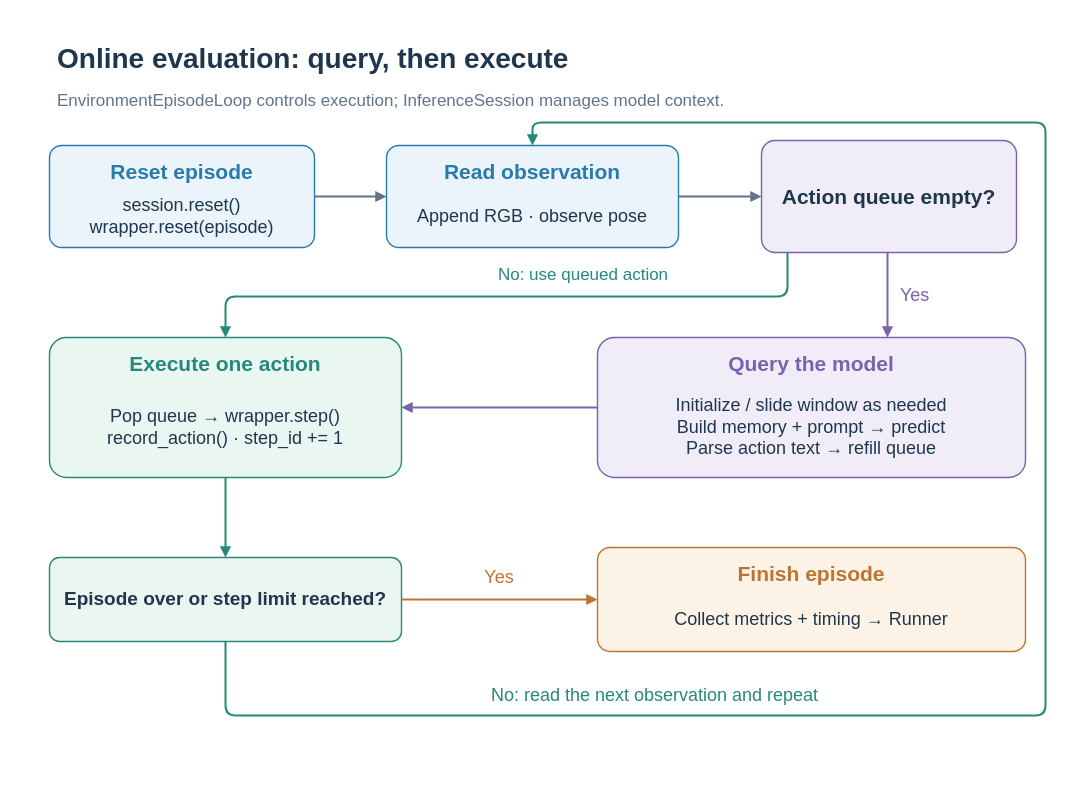
The draw.io diagram docs/assets/workflows/episode-loop.en-US.drawio in Eku127/SwiftVLN, before the edit. Source tidied: cells renumbered, new cells numbered last; positions are measured from the earlier drawing's top-left corner, leaving out a move shared by most shapes. Both pictures are drawn from the tidied source at 100%, with x=0, y=0 at pixel (17, 17).
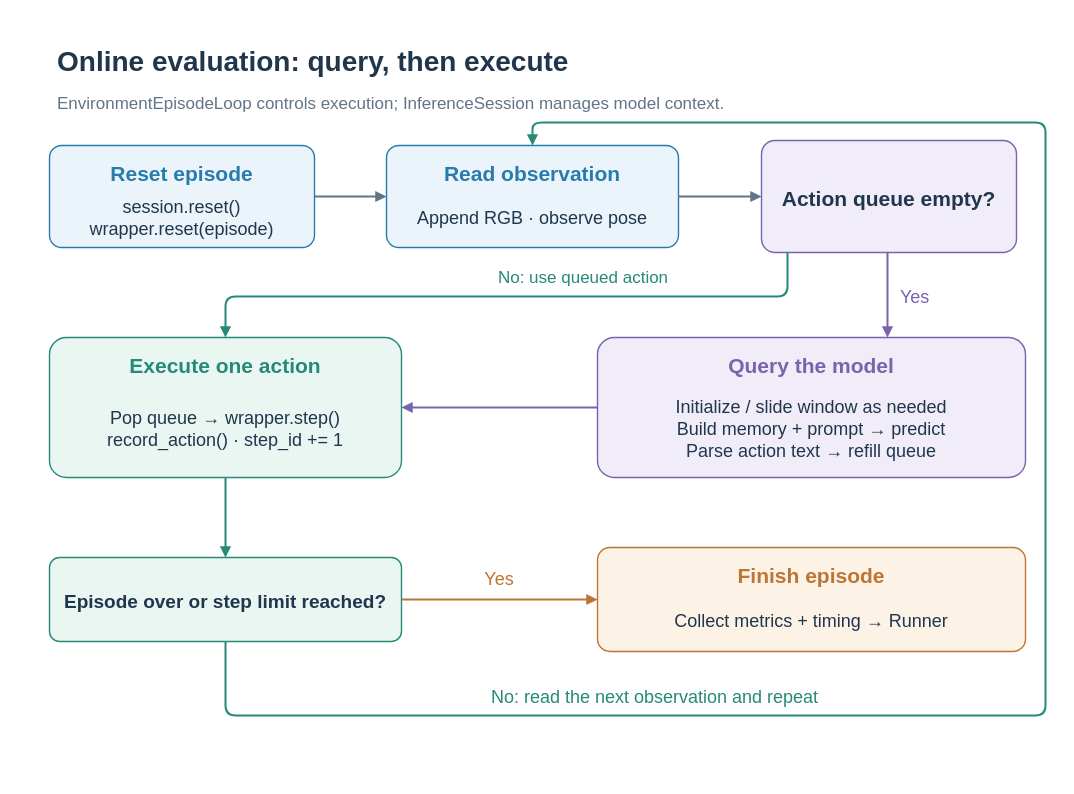
After the change.

Diff of the diagram source:
```diff
@@
-    <mxCell id="2" style="rounded=0;arcSize=12;whiteSpace=wrap;html=0;fillColor=#FFFFFF;strokeColor=none;strokeWidth=1.4;fontColor=#20364C;fontFamily=Arial;fontSize=19;fontStyle=0;align=center;verticalAlign=middle;spacing=8;" parent="1" vertex="1">
+    <mxCell id="2" style="rounded=0;arcSize=12;whiteSpace=nowrap;html=0;fillColor=#FFFFFF;strokeColor=none;strokeWidth=1.4;fontColor=#20364C;fontFamily=Arial;fontSize=19;fontStyle=0;align=center;verticalAlign=middle;spacing=8;" parent="1" vertex="1">
       <mxGeometry width="1040" height="760" as="geometry" />
     </mxCell>
-    <mxCell id="3" value="Online evaluation: query, then execute" style="rounded=0;arcSize=12;whiteSpace=wrap;html=0;fillColor=none;strokeColor=none;strokeWidth=1.4;fontColor=#20364C;fontFamily=Arial;fontSize=28;fontStyle=1;align=left;verticalAlign=middle;spacing=8;" parent="1" vertex="1">
+    <mxCell id="3" value="Online evaluation: query, then execute" style="rounded=0;arcSize=12;whiteSpace=nowrap;html=0;fillColor=none;strokeColor=none;strokeWidth=1.4;fontColor=#20364C;fontFamily=Arial;fontSize=28;fontStyle=1;align=left;verticalAlign=middle;spacing=8;" parent="1" vertex="1">
       <mxGeometry x="32" y="22" width="970" height="38" as="geometry" />
     </mxCell>
-    <mxCell id="4" value="EnvironmentEpisodeLoop controls execution; InferenceSession manages model context." style="rounded=0;arcSize=12;whiteSpace=wrap;html=0;fillColor=none;strokeColor=none;strokeWidth=1.4;fontColor=#627487;fontFamily=Arial;fontSize=17;fontStyle=0;align=left;verticalAlign=middle;spacing=8;" parent="1" vertex="1">
+    <mxCell id="4" value="EnvironmentEpisodeLoop controls execution; InferenceSession manages model context." style="rounded=0;arcSize=12;whiteSpace=nowrap;html=0;fillColor=none;strokeColor=none;strokeWidth=1.4;fontColor=#627487;fontFamily=Arial;fontSize=17;fontStyle=0;align=left;verticalAlign=middle;spacing=8;" parent="1" vertex="1">
       <mxGeometry x="32" y="67" width="970" height="34" as="geometry" />
     </mxCell>
-    <mxCell id="5" style="rounded=1;arcSize=12;whiteSpace=wrap;html=0;fillColor=#EBF4FA;strokeColor=#287BAD;strokeWidth=1.4;fontColor=#20364C;fontFamily=Arial;fontSize=19;fontStyle=0;align=center;verticalAlign=middle;spacing=8;" parent="1" vertex="1">
+    <mxCell id="5" style="rounded=1;arcSize=12;whiteSpace=nowrap;html=0;fillColor=#EBF4FA;strokeColor=#287BAD;strokeWidth=1.4;fontColor=#20364C;fontFamily=Arial;fontSize=19;fontStyle=0;align=center;verticalAlign=middle;spacing=8;" parent="1" vertex="1">
       <mxGeometry x="32" y="128" width="265" height="102" as="geometry" />
     </mxCell>
-    <mxCell id="6" value="Reset episode" style="rounded=0;arcSize=12;whiteSpace=wrap;html=0;fillColor=none;strokeColor=none;strokeWidth=1.4;fontColor=#287BAD;fontFamily=Arial;fontSize=21;fontStyle=1;align=center;verticalAlign=middle;spacing=8;" parent="1" vertex="1">
+    <mxCell id="6" value="Reset episode" style="rounded=0;arcSize=12;whiteSpace=nowrap;html=0;fillColor=none;strokeColor=none;strokeWidth=1.4;fontColor=#287BAD;fontFamily=Arial;fontSize=21;fontStyle=1;align=center;verticalAlign=middle;spacing=8;" parent="1" vertex="1">
       <mxGeometry x="42" y="138" width="245" height="32" as="geometry" />
     </mxCell>
-    <mxCell id="7" value="session.reset()&#10;wrapper.reset(episode)" style="rounded=0;arcSize=12;whiteSpace=wrap;html=0;fillColor=none;strokeColor=none;strokeWidth=1.4;fontColor=#20364C;fontFamily=Arial;fontSize=18;fontStyle=0;align=center;verticalAlign=middle;spacing=8;" parent="1" vertex="1">
+    <mxCell id="7" value="session.reset()&#10;wrapper.reset(episode)" style="rounded=0;arcSize=12;whiteSpace=nowrap;html=0;fillColor=none;strokeColor=none;strokeWidth=1.4;fontColor=#20364C;fontFamily=Arial;fontSize=18;fontStyle=0;align=center;verticalAlign=middle;spacing=8;" parent="1" vertex="1">
       <mxGeometry x="42" y="174" width="245" height="50" as="geometry" />
     </mxCell>
-    <mxCell id="8" style="rounded=1;arcSize=12;whiteSpace=wrap;html=0;fillColor=#EBF4FA;strokeColor=#287BAD;strokeWidth=1.4;fontColor=#20364C;fontFamily=Arial;fontSize=19;fontStyle=0;align=center;verticalAlign=middle;spacing=8;" parent="1" vertex="1">
+    <mxCell id="8" style="rounded=1;arcSize=12;whiteSpace=nowrap;html=0;fillColor=#EBF4FA;strokeColor=#287BAD;strokeWidth=1.4;fontColor=#20364C;fontFamily=Arial;fontSize=19;fontStyle=0;align=center;verticalAlign=middle;spacing=8;" parent="1" vertex="1">
       <mxGeometry x="369" y="128" width="292" height="102" as="geometry" />
     </mxCell>
-    <mxCell id="9" value="Read observation" style="rounded=0;arcSize=12;whiteSpace=wrap;html=0;fillColor=none;strokeColor=none;strokeWidth=1.4;fontColor=#287BAD;fontFamily=Arial;fontSize=21;fontStyle=1;align=center;verticalAlign=middle;spacing=8;" parent="1" vertex="1">
+    <mxCell id="9" value="Read observation" style="rounded=0;arcSize=12;whiteSpace=nowrap;html=0;fillColor=none;strokeColor=none;strokeWidth=1.4;fontColor=#287BAD;fontFamily=Arial;fontSize=21;fontStyle=1;align=center;verticalAlign=middle;spacing=8;" parent="1" vertex="1">
       <mxGeometry x="379" y="138" width="272" height="32" as="geometry" />
     </mxCell>
-    <mxCell id="10" value="Append RGB · observe pose" style="rounded=0;arcSize=12;whiteSpace=wrap;html=0;fillColor=none;strokeColor=none;strokeWidth=1.4;fontColor=#20364C;fontFamily=Arial;fontSize=18;fontStyle=0;align=center;verticalAlign=middle;spacing=8;" parent="1" vertex="1">
+    <mxCell id="10" value="Append RGB · observe pose" style="rounded=0;arcSize=12;whiteSpace=nowrap;html=0;fillColor=none;strokeColor=none;strokeWidth=1.4;fontColor=#20364C;fontFamily=Arial;fontSize=18;fontStyle=0;align=center;verticalAlign=middle;spacing=8;" parent="1" vertex="1">
       <mxGeometry x="379" y="174" width="272" height="50" as="geometry" />
     </mxCell>
@@
-    <mxCell id="12" value="Action queue empty?" style="rounded=1;arcSize=12;whiteSpace=wrap;html=0;fillColor=#F1EDF8;strokeColor=#7963AC;strokeWidth=1.4;fontColor=#20364C;fontFamily=Arial;fontSize=21;fontStyle=1;align=center;verticalAlign=middle;spacing=8;" parent="1" vertex="1">
+    <mxCell id="12" value="Action queue empty?" style="rounded=1;arcSize=12;whiteSpace=nowrap;html=0;fillColor=#F1EDF8;strokeColor=#7963AC;strokeWidth=1.4;fontColor=#20364C;fontFamily=Arial;fontSize=21;fontStyle=1;align=center;verticalAlign=middle;spacing=8;" parent="1" vertex="1">
       <mxGeometry x="744" y="123" width="255" height="112" as="geometry" />
     </mxCell>
@@
-    <mxCell id="14" style="rounded=1;arcSize=12;whiteSpace=wrap;html=0;fillColor=#F1EDF8;strokeColor=#7963AC;strokeWidth=1.4;fontColor=#20364C;fontFamily=Arial;fontSize=19;fontStyle=0;align=center;verticalAlign=middle;spacing=8;" parent="1" vertex="1">
+    <mxCell id="14" style="rounded=1;arcSize=12;whiteSpace=nowrap;html=0;fillColor=#F1EDF8;strokeColor=#7963AC;strokeWidth=1.4;fontColor=#20364C;fontFamily=Arial;fontSize=19;fontStyle=0;align=center;verticalAlign=middle;spacing=8;" parent="1" vertex="1">
       <mxGeometry x="580" y="320" width="428" height="140" as="geometry" />
     </mxCell>
-    <mxCell id="15" value="Query the model" style="rounded=0;arcSize=12;whiteSpace=wrap;html=0;fillColor=none;strokeColor=none;strokeWidth=1.4;fontColor=#7963AC;fontFamily=Arial;fontSize=21;fontStyle=1;align=center;verticalAlign=middle;spacing=8;" parent="1" vertex="1">
+    <mxCell id="15" value="Query the model" style="rounded=0;arcSize=12;whiteSpace=nowrap;html=0;fillColor=none;strokeColor=none;strokeWidth=1.4;fontColor=#7963AC;fontFamily=Arial;fontSize=21;fontStyle=1;align=center;verticalAlign=middle;spacing=8;" parent="1" vertex="1">
       <mxGeometry x="590" y="330" width="408" height="32" as="geometry" />
     </mxCell>
-    <mxCell id="16" value="Initialize / slide window as needed&#10;Build memory + prompt → predict&#10;Parse action text → refill queue" style="rounded=0;arcSize=12;whiteSpace=wrap;html=0;fillColor=none;strokeColor=none;strokeWidth=1.4;fontColor=#20364C;fontFamily=Arial;fontSize=18;fontStyle=0;align=center;verticalAlign=middle;spacing=8;" parent="1" vertex="1">
+    <mxCell id="16" value="Initialize / slide window as needed&#10;Build memory + prompt → predict&#10;Parse action text → refill queue" style="rounded=0;arcSize=12;whiteSpace=nowrap;html=0;fillColor=none;strokeColor=none;strokeWidth=1.4;fontColor=#20364C;fontFamily=Arial;fontSize=18;fontStyle=0;align=center;verticalAlign=middle;spacing=8;" parent="1" vertex="1">
       <mxGeometry x="590" y="366" width="408" height="88" as="geometry" />
     </mxCell>
@@
-    <mxCell id="18" value="Yes" style="rounded=0;arcSize=12;whiteSpace=wrap;html=0;fillColor=none;strokeColor=none;strokeWidth=1.4;fontColor=#7963AC;fontFamily=Arial;fontSize=18;fontStyle=0;align=left;verticalAlign=middle;spacing=8;" parent="1" vertex="1">
+    <mxCell id="18" value="Yes" style="rounded=0;arcSize=12;whiteSpace=nowrap;html=0;fillColor=none;strokeColor=none;strokeWidth=1.4;fontColor=#7963AC;fontFamily=Arial;fontSize=18;fontStyle=0;align=left;verticalAlign=middle;spacing=8;" parent="1" vertex="1">
       <mxGeometry x="875" y="263" width="95" height="30" as="geometry" />
     </mxCell>
-    <mxCell id="19" style="rounded=1;arcSize=12;whiteSpace=wrap;html=0;fillColor=#EAF6F2;strokeColor=#268979;strokeWidth=1.4;fontColor=#20364C;fontFamily=Arial;fontSize=19;fontStyle=0;align=center;verticalAlign=middle;spacing=8;" parent="1" vertex="1">
+    <mxCell id="19" style="rounded=1;arcSize=12;whiteSpace=nowrap;html=0;fillColor=#EAF6F2;strokeColor=#268979;strokeWidth=1.4;fontColor=#20364C;fontFamily=Arial;fontSize=19;fontStyle=0;align=center;verticalAlign=middle;spacing=8;" parent="1" vertex="1">
       <mxGeometry x="32" y="320" width="352" height="140" as="geometry" />
     </mxCell>
-    <mxCell id="20" value="Execute one action" style="rounded=0;arcSize=12;whiteSpace=wrap;html=0;fillColor=none;strokeColor=none;strokeWidth=1.4;fontColor=#268979;fontFamily=Arial;fontSize=21;fontStyle=1;align=center;verticalAlign=middle;spacing=8;" parent="1" vertex="1">
+    <mxCell id="20" value="Execute one action" style="rounded=0;arcSize=12;whiteSpace=nowrap;html=0;fillColor=none;strokeColor=none;strokeWidth=1.4;fontColor=#268979;fontFamily=Arial;fontSize=21;fontStyle=1;align=center;verticalAlign=middle;spacing=8;" parent="1" vertex="1">
       <mxGeometry x="42" y="330" width="332" height="32" as="geometry" />
     </mxCell>
-    <mxCell id="21" value="Pop queue → wrapper.step()&#10;record_action() · step_id += 1" style="rounded=0;arcSize=12;whiteSpace=wrap;html=0;fillColor=none;strokeColor=none;strokeWidth=1.4;fontColor=#20364C;fontFamily=Arial;fontSize=18;fontStyle=0;align=center;verticalAlign=middle;spacing=8;" parent="1" vertex="1">
+    <mxCell id="21" value="Pop queue → wrapper.step()&#10;record_action() · step_id += 1" style="rounded=0;arcSize=12;whiteSpace=nowrap;html=0;fillColor=none;strokeColor=none;strokeWidth=1.4;fontColor=#20364C;fontFamily=Arial;fontSize=18;fontStyle=0;align=center;verticalAlign=middle;spacing=8;" parent="1" vertex="1">
       <mxGeometry x="42" y="366" width="332" height="88" as="geometry" />
     </mxCell>
@@
-    <mxCell id="24" value="No: use queued action" style="rounded=0;arcSize=12;whiteSpace=wrap;html=0;fillColor=none;strokeColor=none;strokeWidth=1.4;fontColor=#268979;fontFamily=Arial;fontSize=17;fontStyle=0;align=center;verticalAlign=middle;spacing=8;" parent="1" vertex="1">
+    <mxCell id="24" value="No: use queued action" style="rounded=0;arcSize=12;whiteSpace=nowrap;html=0;fillColor=none;strokeColor=none;strokeWidth=1.4;fontColor=#268979;fontFamily=Arial;fontSize=17;fontStyle=0;align=center;verticalAlign=middle;spacing=8;" parent="1" vertex="1">
       <mxGeometry x="421" y="243" width="290" height="30" as="geometry" />
     </mxCell>
-    <mxCell id="25" value="Episode over or step limit reached?" style="rounded=1;arcSize=12;whiteSpace=wrap;html=0;fillColor=#EAF6F2;strokeColor=#268979;strokeWidth=1.4;fontColor=#20364C;fontFamily=Arial;fontSize=19;fontStyle=1;align=center;verticalAlign=middle;spacing=8;" parent="1" vertex="1">
+    <mxCell id="25" value="Episode over or step limit reached?" style="rounded=1;arcSize=12;whiteSpace=nowrap;html=0;fillColor=#EAF6F2;strokeColor=#268979;strokeWidth=1.4;fontColor=#20364C;fontFamily=Arial;fontSize=19;fontStyle=1;align=center;verticalAlign=middle;spacing=8;" parent="1" vertex="1">
       <mxGeometry x="32" y="540" width="352" height="84" as="geometry" />
     </mxCell>
@@
-    <mxCell id="27" style="rounded=1;arcSize=12;whiteSpace=wrap;html=0;fillColor=#FCF2E6;strokeColor=#BE7534;strokeWidth=1.4;fontColor=#20364C;fontFamily=Arial;fontSize=19;fontStyle=0;align=center;verticalAlign=middle;spacing=8;" parent="1" vertex="1">
+    <mxCell id="27" style="rounded=1;arcSize=12;whiteSpace=nowrap;html=0;fillColor=#FCF2E6;strokeColor=#BE7534;strokeWidth=1.4;fontColor=#20364C;fontFamily=Arial;fontSize=19;fontStyle=0;align=center;verticalAlign=middle;spacing=8;" parent="1" vertex="1">
       <mxGeometry x="580" y="530" width="428" height="104" as="geometry" />
     </mxCell>
-    <mxCell id="28" value="Finish episode" style="rounded=0;arcSize=12;whiteSpace=wrap;html=0;fillColor=none;strokeColor=none;strokeWidth=1.4;fontColor=#BE7534;fontFamily=Arial;fontSize=21;fontStyle=1;align=center;verticalAlign=middle;spacing=8;" parent="1" vertex="1">
+    <mxCell id="28" value="Finish episode" style="rounded=0;arcSize=12;whiteSpace=nowrap;html=0;fillColor=none;strokeColor=none;strokeWidth=1.4;fontColor=#BE7534;fontFamily=Arial;fontSize=21;fontStyle=1;align=center;verticalAlign=middle;spacing=8;" parent="1" vertex="1">
       <mxGeometry x="590" y="540" width="408" height="32" as="geometry" />
     </mxCell>
-    <mxCell id="29" value="Collect metrics + timing → Runner" style="rounded=0;arcSize=12;whiteSpace=wrap;html=0;fillColor=none;strokeColor=none;strokeWidth=1.4;fontColor=#20364C;fontFamily=Arial;fontSize=18;fontStyle=0;align=center;verticalAlign=middle;spacing=8;" parent="1" vertex="1">
+    <mxCell id="29" value="Collect metrics + timing → Runner" style="rounded=0;arcSize=12;whiteSpace=nowrap;html=0;fillColor=none;strokeColor=none;strokeWidth=1.4;fontColor=#20364C;fontFamily=Arial;fontSize=18;fontStyle=0;align=center;verticalAlign=middle;spacing=8;" parent="1" vertex="1">
       <mxGeometry x="590" y="576" width="408" height="52" as="geometry" />
     </mxCell>
@@
-    <mxCell id="31" value="Yes" style="rounded=0;arcSize=12;whiteSpace=wrap;html=0;fillColor=none;strokeColor=none;strokeWidth=1.4;fontColor=#BE7534;fontFamily=Arial;fontSize=18;fontStyle=0;align=center;verticalAlign=middle;spacing=8;" parent="1" vertex="1">
+    <mxCell id="31" value="Yes" style="rounded=0;arcSize=12;whiteSpace=nowrap;html=0;fillColor=none;strokeColor=none;strokeWidth=1.4;fontColor=#BE7534;fontFamily=Arial;fontSize=18;fontStyle=0;align=center;verticalAlign=middle;spacing=8;" parent="1" vertex="1">
       <mxGeometry x="433" y="545" width="98" height="30" as="geometry" />
     </mxCell>
@@
-    <mxCell id="33" value="No: read the next observation and repeat" style="rounded=0;arcSize=12;whiteSpace=wrap;html=0;fillColor=none;strokeColor=none;strokeWidth=1.4;fontColor=#268979;fontFamily=Arial;fontSize=18;fontStyle=0;align=center;verticalAlign=middle;spacing=8;" parent="1" vertex="1">
+    <mxCell id="33" value="No: read the next observation and repeat" style="rounded=0;arcSize=12;whiteSpace=nowrap;html=0;fillColor=none;strokeColor=none;strokeWidth=1.4;fontColor=#268979;fontFamily=Arial;fontSize=18;fontStyle=0;align=center;verticalAlign=middle;spacing=8;" parent="1" vertex="1">
       <mxGeometry x="350" y="663" width="575" height="30" as="geometry" />
     </mxCell>
```
